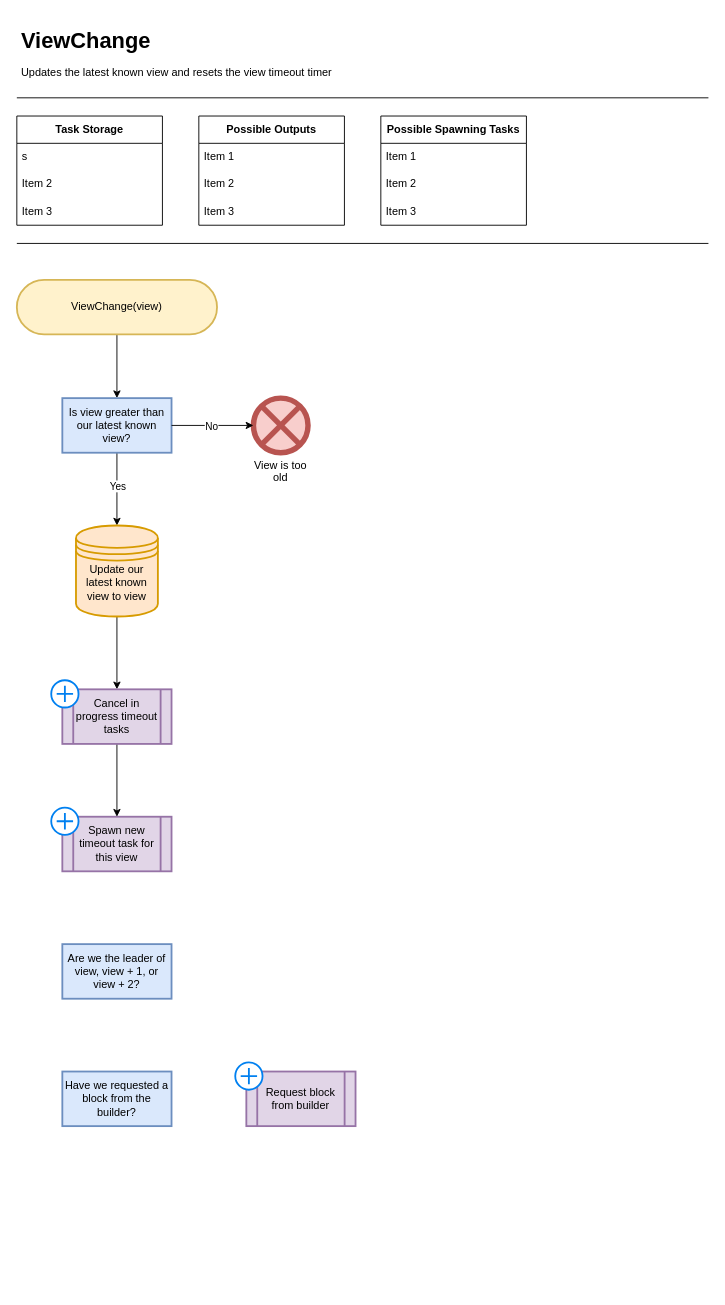
Earlier version of the draw.io diagram page "ViewChange" (7 of 11) of docs/diagrams/HotShotFlow.drawio (EspressoSystems/HotShot). Source tidied: cells renumbered, new cells numbered last; positions are measured from the earlier drawing's top-left corner, leaving out a move shared by most shapes. Both pictures are drawn from the tidied source at 91%, with x=0, y=0 at pixel (16, 25).
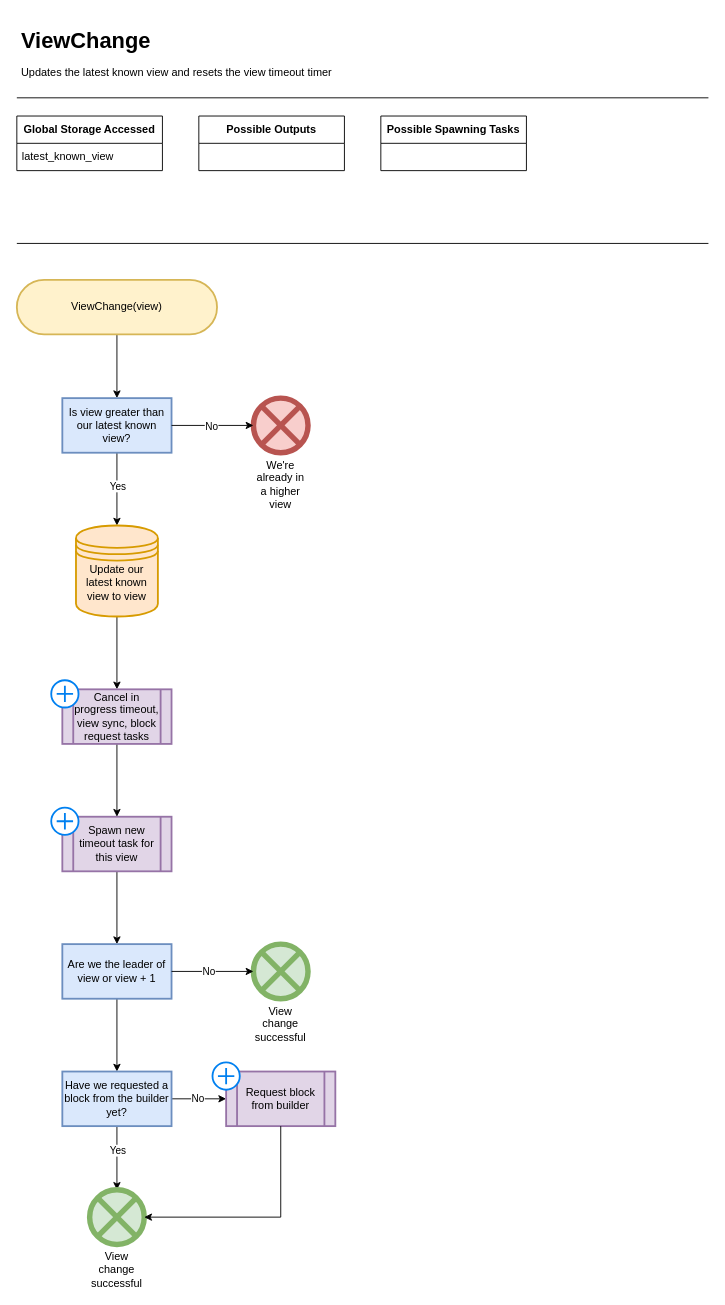
Above is the later version.

Unchanged cells that the change refers to:
```xml
<mxCell id="27" value="Spawn new timeout task for this view" style="whiteSpace=wrap;html=1;rounded=0;fillColor=#e1d5e7;strokeColor=#9673a6;strokeWidth=2;shape=process;backgroundOutline=1;" parent="1" vertex="1">
  <mxGeometry x="50" y="870" width="120" height="60" as="geometry" />
</mxCell>
```

The edit, as a diff of the source:
```diff
@@
-    <mxCell id="4" value="&lt;b&gt;Task Storage&lt;/b&gt;" style="swimlane;fontStyle=0;horizontal=1;startSize=30;whiteSpace=wrap;html=1;" parent="1" vertex="1">
-      <mxGeometry y="100" width="160" height="120" as="geometry" />
+    <mxCell id="4" value="&lt;b style=&quot;border-color: var(--border-color);&quot;&gt;Global Storage Accessed&lt;/b&gt;" style="swimlane;fontStyle=0;horizontal=1;startSize=30;whiteSpace=wrap;html=1;" parent="1" vertex="1">
+      <mxGeometry y="100" width="160" height="60" as="geometry" />
     </mxCell>
-    <mxCell id="5" value="s" style="text;strokeColor=none;fillColor=none;align=left;verticalAlign=middle;spacingLeft=4;spacingRight=4;overflow=hidden;whiteSpace=wrap;html=1;" parent="4" vertex="1">
+    <mxCell id="5" value="latest_known_view" style="text;strokeColor=none;fillColor=none;align=left;verticalAlign=middle;spacingLeft=4;spacingRight=4;overflow=hidden;whiteSpace=wrap;html=1;" parent="4" vertex="1">
       <mxGeometry y="30" width="160" height="30" as="geometry" />
     </mxCell>
-    <mxCell id="6" value="Item 2" style="text;strokeColor=none;fillColor=none;align=left;verticalAlign=middle;spacingLeft=4;spacingRight=4;overflow=hidden;whiteSpace=wrap;html=1;" parent="4" vertex="1">
-      <mxGeometry y="60" width="160" height="30" as="geometry" />
-    </mxCell>
-    <mxCell id="7" value="Item 3" style="text;strokeColor=none;fillColor=none;align=left;verticalAlign=middle;spacingLeft=4;spacingRight=4;overflow=hidden;whiteSpace=wrap;html=1;" parent="4" vertex="1">
-      <mxGeometry y="90" width="160" height="30" as="geometry" />
-    </mxCell>
     <mxCell id="8" value="&lt;b&gt;Possible Outputs&lt;/b&gt;" style="swimlane;fontStyle=0;horizontal=1;startSize=30;whiteSpace=wrap;html=1;" parent="1" vertex="1">
-      <mxGeometry x="200" y="100" width="160" height="120" as="geometry" />
+      <mxGeometry x="200" y="100" width="160" height="60" as="geometry" />
     </mxCell>
-    <mxCell id="9" value="Item 1" style="text;strokeColor=none;fillColor=none;align=left;verticalAlign=middle;spacingLeft=4;spacingRight=4;overflow=hidden;whiteSpace=wrap;html=1;" parent="8" vertex="1">
-      <mxGeometry y="30" width="160" height="30" as="geometry" />
-    </mxCell>
-    <mxCell id="10" value="Item 2" style="text;strokeColor=none;fillColor=none;align=left;verticalAlign=middle;spacingLeft=4;spacingRight=4;overflow=hidden;whiteSpace=wrap;html=1;" parent="8" vertex="1">
-      <mxGeometry y="60" width="160" height="30" as="geometry" />
-    </mxCell>
-    <mxCell id="11" value="Item 3" style="text;strokeColor=none;fillColor=none;align=left;verticalAlign=middle;spacingLeft=4;spacingRight=4;overflow=hidden;whiteSpace=wrap;html=1;" parent="8" vertex="1">
-      <mxGeometry y="90" width="160" height="30" as="geometry" />
-    </mxCell>
     <mxCell id="12" value="&lt;b&gt;Possible Spawning Tasks&lt;/b&gt;" style="swimlane;fontStyle=0;horizontal=1;startSize=30;whiteSpace=wrap;html=1;" parent="1" vertex="1">
-      <mxGeometry x="400" y="100" width="160" height="120" as="geometry" />
+      <mxGeometry x="400" y="100" width="160" height="60" as="geometry" />
     </mxCell>
-    <mxCell id="13" value="Item 1" style="text;strokeColor=none;fillColor=none;align=left;verticalAlign=middle;spacingLeft=4;spacingRight=4;overflow=hidden;whiteSpace=wrap;html=1;" parent="12" vertex="1">
-      <mxGeometry y="30" width="160" height="30" as="geometry" />
-    </mxCell>
-    <mxCell id="14" value="Item 2" style="text;strokeColor=none;fillColor=none;align=left;verticalAlign=middle;spacingLeft=4;spacingRight=4;overflow=hidden;whiteSpace=wrap;html=1;" parent="12" vertex="1">
-      <mxGeometry y="60" width="160" height="30" as="geometry" />
-    </mxCell>
-    <mxCell id="15" value="Item 3" style="text;strokeColor=none;fillColor=none;align=left;verticalAlign=middle;spacingLeft=4;spacingRight=4;overflow=hidden;whiteSpace=wrap;html=1;" parent="12" vertex="1">
-      <mxGeometry y="90" width="160" height="30" as="geometry" />
-    </mxCell>
@@
-    <mxCell id="22" value="View is too old" style="whiteSpace=wrap;html=1;fillColor=#f8cecc;strokeColor=#b85450;rounded=1;arcSize=50;verticalLabelPosition=bottom;verticalAlign=top;shape=mxgraph.flowchart.or;strokeWidth=6;" parent="1" vertex="1">
+    <mxCell id="22" value="We're already in a higher view" style="whiteSpace=wrap;html=1;fillColor=#f8cecc;strokeColor=#b85450;rounded=1;arcSize=50;verticalLabelPosition=bottom;verticalAlign=top;shape=mxgraph.flowchart.or;strokeWidth=6;" parent="1" vertex="1">
       <mxGeometry x="260" y="410" width="60" height="60" as="geometry" />
     </mxCell>
@@
+    <mxCell id="36" style="edgeStyle=orthogonalEdgeStyle;rounded=0;jettySize=auto;html=1;entryX=0.5;entryY=0;entryDx=0;entryDy=0;" parent="1" edge="1" source="27" target="32">
+      <mxGeometry relative="1" as="geometry" />
+    </mxCell>
@@
-    <mxCell id="30" value="Cancel in progress timeout tasks" style="whiteSpace=wrap;html=1;rounded=0;fillColor=#e1d5e7;strokeColor=#9673a6;strokeWidth=2;shape=process;backgroundOutline=1;" parent="1" vertex="1">
+    <mxCell id="30" value="Cancel in progress timeout, view sync, block request tasks" style="whiteSpace=wrap;html=1;rounded=0;fillColor=#e1d5e7;strokeColor=#9673a6;strokeWidth=2;shape=process;backgroundOutline=1;" parent="1" vertex="1">
       <mxGeometry x="50" y="730" width="120" height="60" as="geometry" />
     </mxCell>
@@
+    <mxCell id="37" style="edgeStyle=orthogonalEdgeStyle;rounded=0;jettySize=auto;html=1;" parent="1" edge="1" source="32" target="33">
+      <mxGeometry relative="1" as="geometry" />
+    </mxCell>
-    <mxCell id="32" value="Are we the leader of view, view + 1, or view + 2?" style="whiteSpace=wrap;html=1;rounded=0;fillColor=#dae8fc;strokeColor=#6c8ebf;strokeWidth=2;" parent="1" vertex="1">
+    <mxCell id="32" value="Are we the leader of view or view + 1" style="whiteSpace=wrap;html=1;rounded=0;fillColor=#dae8fc;strokeColor=#6c8ebf;strokeWidth=2;" parent="1" vertex="1">
       <mxGeometry x="50" y="1010" width="120" height="60" as="geometry" />
     </mxCell>
+    <mxCell id="38" style="edgeStyle=orthogonalEdgeStyle;rounded=0;jettySize=auto;html=1;entryX=0;entryY=0.5;entryDx=0;entryDy=0;" parent="1" edge="1" source="33" target="34">
+      <mxGeometry relative="1" as="geometry" />
+    </mxCell>
+    <mxCell id="39" value="No" style="edgeLabel;html=1;align=center;verticalAlign=middle;" parent="38" vertex="1">
+      <mxGeometry x="-0.07" y="1" relative="1" as="geometry" />
+    </mxCell>
+    <mxCell id="40" style="edgeStyle=orthogonalEdgeStyle;rounded=0;jettySize=auto;html=1;" parent="1" edge="1" source="33" target="45">
+      <mxGeometry relative="1" as="geometry" />
+    </mxCell>
+    <mxCell id="41" value="Yes" style="edgeLabel;html=1;align=center;verticalAlign=middle;" parent="40" vertex="1">
+      <mxGeometry x="-0.26" relative="1" as="geometry" />
+    </mxCell>
-    <mxCell id="33" value="Have we requested a block from the builder?" style="whiteSpace=wrap;html=1;rounded=0;fillColor=#dae8fc;strokeColor=#6c8ebf;strokeWidth=2;" parent="1" vertex="1">
+    <mxCell id="33" value="Have we requested a block from the builder yet?" style="whiteSpace=wrap;html=1;rounded=0;fillColor=#dae8fc;strokeColor=#6c8ebf;strokeWidth=2;" parent="1" vertex="1">
       <mxGeometry x="50" y="1150" width="120" height="60" as="geometry" />
     </mxCell>
     <mxCell id="34" value="Request block from builder" style="whiteSpace=wrap;html=1;rounded=0;fillColor=#e1d5e7;strokeColor=#9673a6;strokeWidth=2;shape=process;backgroundOutline=1;" parent="1" vertex="1">
-      <mxGeometry x="252.2" y="1150" width="120" height="60" as="geometry" />
+      <mxGeometry x="230" y="1150" width="120" height="60" as="geometry" />
     </mxCell>
     <mxCell id="35" style="html=1;verticalLabelPosition=bottom;align=center;labelBackgroundColor=#ffffff;verticalAlign=top;strokeWidth=2;strokeColor=#0080F0;shadow=0;dashed=0;shape=mxgraph.ios7.icons.add;" parent="1" vertex="1">
-      <mxGeometry x="240" y="1140" width="30" height="30" as="geometry" />
+      <mxGeometry x="215" y="1140" width="30" height="30" as="geometry" />
     </mxCell>
+    <mxCell id="42" value="View change successful" style="whiteSpace=wrap;html=1;fillColor=#d5e8d4;strokeColor=#82b366;rounded=1;arcSize=50;verticalLabelPosition=bottom;verticalAlign=top;shape=mxgraph.flowchart.or;strokeWidth=6;" parent="1" vertex="1">
+      <mxGeometry x="260" y="1010" width="60" height="60" as="geometry" />
+    </mxCell>
+    <mxCell id="43" style="edgeStyle=orthogonalEdgeStyle;rounded=0;jettySize=auto;html=1;entryX=0;entryY=0.5;entryDx=0;entryDy=0;entryPerimeter=0;" parent="1" edge="1" source="32" target="42">
+      <mxGeometry relative="1" as="geometry" />
+    </mxCell>
+    <mxCell id="44" value="No" style="edgeLabel;html=1;align=center;verticalAlign=middle;" parent="43" vertex="1">
+      <mxGeometry x="-0.11" y="1" relative="1" as="geometry" />
+    </mxCell>
+    <mxCell id="45" value="View change successful" style="whiteSpace=wrap;html=1;fillColor=#d5e8d4;strokeColor=#82b366;rounded=1;arcSize=50;verticalLabelPosition=bottom;verticalAlign=top;shape=mxgraph.flowchart.or;strokeWidth=6;" parent="1" vertex="1">
+      <mxGeometry x="80" y="1280" width="60" height="60" as="geometry" />
+    </mxCell>
+    <mxCell id="46" style="edgeStyle=orthogonalEdgeStyle;rounded=0;jettySize=auto;html=1;entryX=1;entryY=0.5;entryDx=0;entryDy=0;entryPerimeter=0;" parent="1" edge="1" source="34" target="45">
+      <mxGeometry relative="1" as="geometry">
+        <Array as="points">
+          <mxPoint x="290" y="1310" />
+        </Array>
+      </mxGeometry>
+    </mxCell>
```
